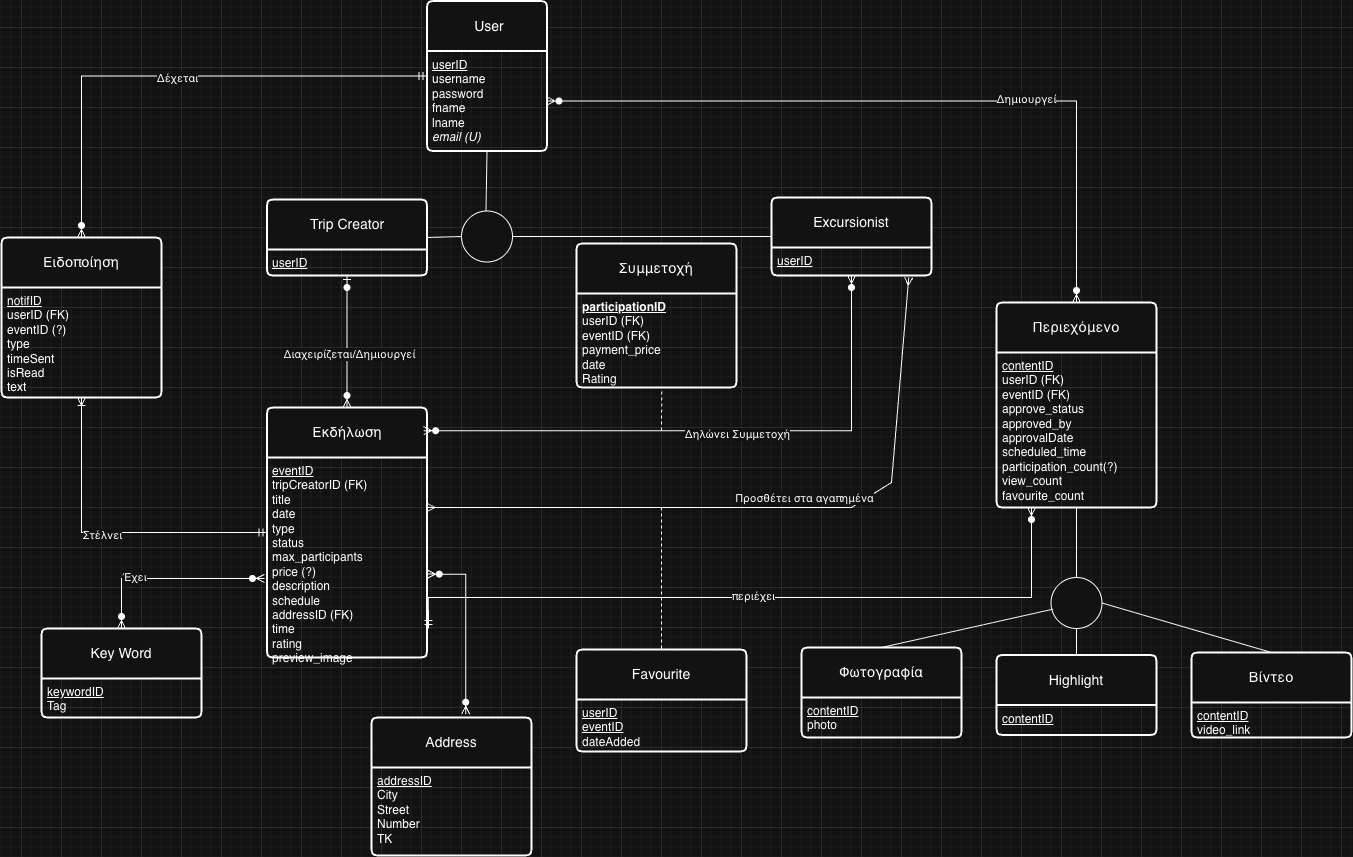
This is diagrams/DB/ER.png from SpyrosSiachamis/Travel-Platform-Project, a draw.io export, as it was before one commit. Source tidied: cells renumbered, new cells last; positions are measured from the earlier drawing's top-left corner, leaving out a move shared by most shapes.
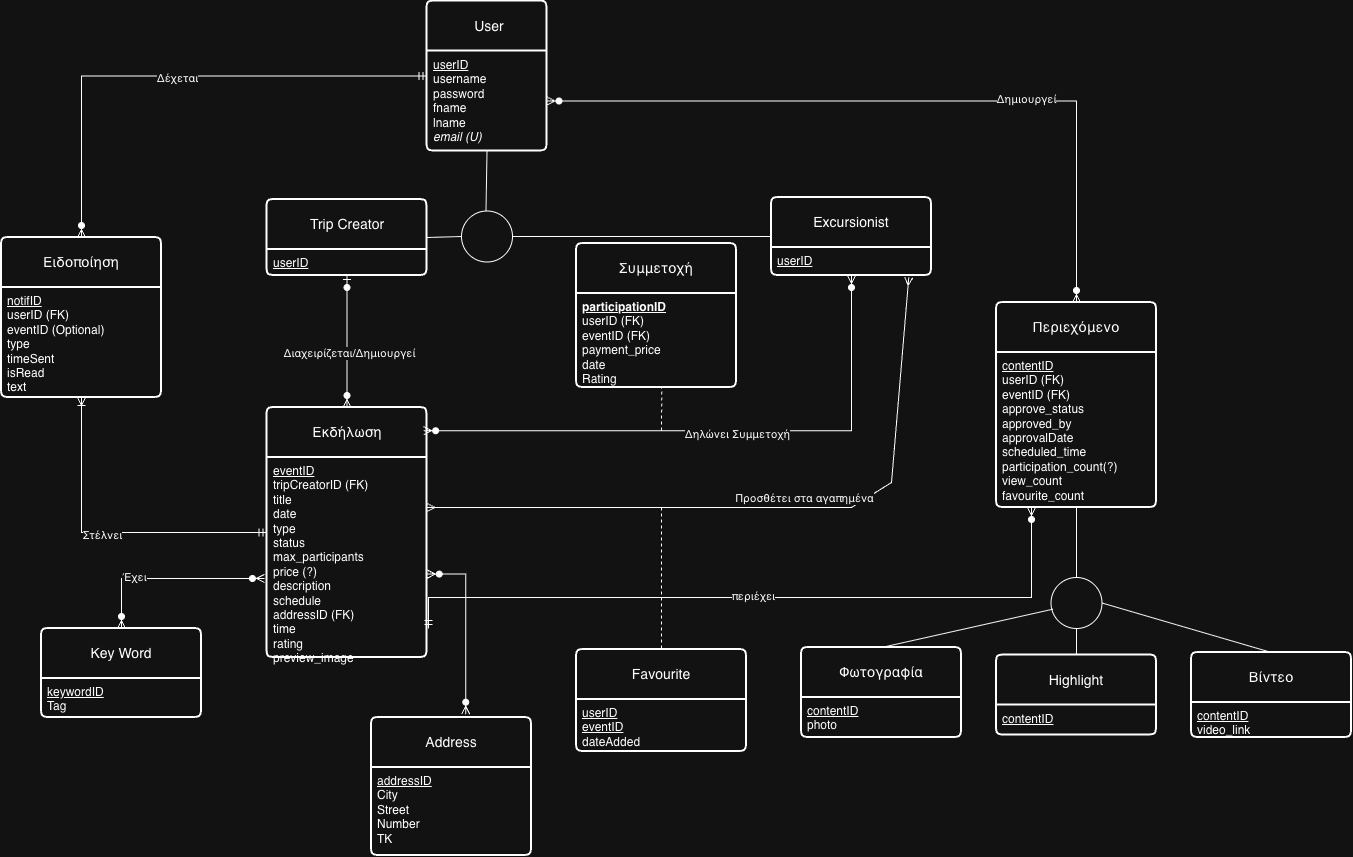
After the commit.

The edit, as a diff of the source:
```diff
@@ -111,7 +111,7 @@
     <mxCell id="35" value="Ειδοποίηση" style="swimlane;horizontal=1;startSize=50;rounded=1;fontSize=14;fontStyle=0;strokeWidth=2;shadow=0;dashed=0;align=center;arcSize=4;whiteSpace=wrap;html=1;" parent="1" vertex="1">
       <mxGeometry y="236" width="160" height="160" as="geometry" />
     </mxCell>
-    <mxCell id="36" value="&lt;u&gt;notifID&lt;/u&gt;&lt;div&gt;userID (FK)&lt;br&gt;&lt;div&gt;eventID (?)&lt;/div&gt;&lt;div&gt;&lt;div&gt;type&lt;/div&gt;&lt;div&gt;timeSent&lt;/div&gt;&lt;div&gt;isRead&lt;/div&gt;&lt;div&gt;text&lt;/div&gt;&lt;/div&gt;&lt;/div&gt;" style="align=left;strokeColor=none;fillColor=none;spacingLeft=4;spacingRight=4;fontSize=12;verticalAlign=top;html=1;whiteSpace=wrap;" parent="35" vertex="1">
+    <mxCell id="36" value="&lt;u&gt;notifID&lt;/u&gt;&lt;div&gt;userID (FK)&lt;br&gt;&lt;div&gt;eventID (Optional)&lt;/div&gt;&lt;div&gt;&lt;div&gt;type&lt;/div&gt;&lt;div&gt;timeSent&lt;/div&gt;&lt;div&gt;isRead&lt;/div&gt;&lt;div&gt;text&lt;/div&gt;&lt;/div&gt;&lt;/div&gt;" style="align=left;strokeColor=none;fillColor=none;spacingLeft=4;spacingRight=4;fontSize=12;verticalAlign=top;html=1;whiteSpace=wrap;" parent="35" vertex="1">
       <mxGeometry y="50" width="160" height="110" as="geometry" />
     </mxCell>
     <mxCell id="37" style="edgeStyle=orthogonalEdgeStyle;fontSize=12;html=1;endArrow=ERzeroToMany;startArrow=ERmandOne;rounded=0;exitX=0;exitY=0.5;exitDx=0;exitDy=0;entryX=0.5;entryY=0;entryDx=0;entryDy=0;" parent="1" edge="1" source="2" target="35">
```
